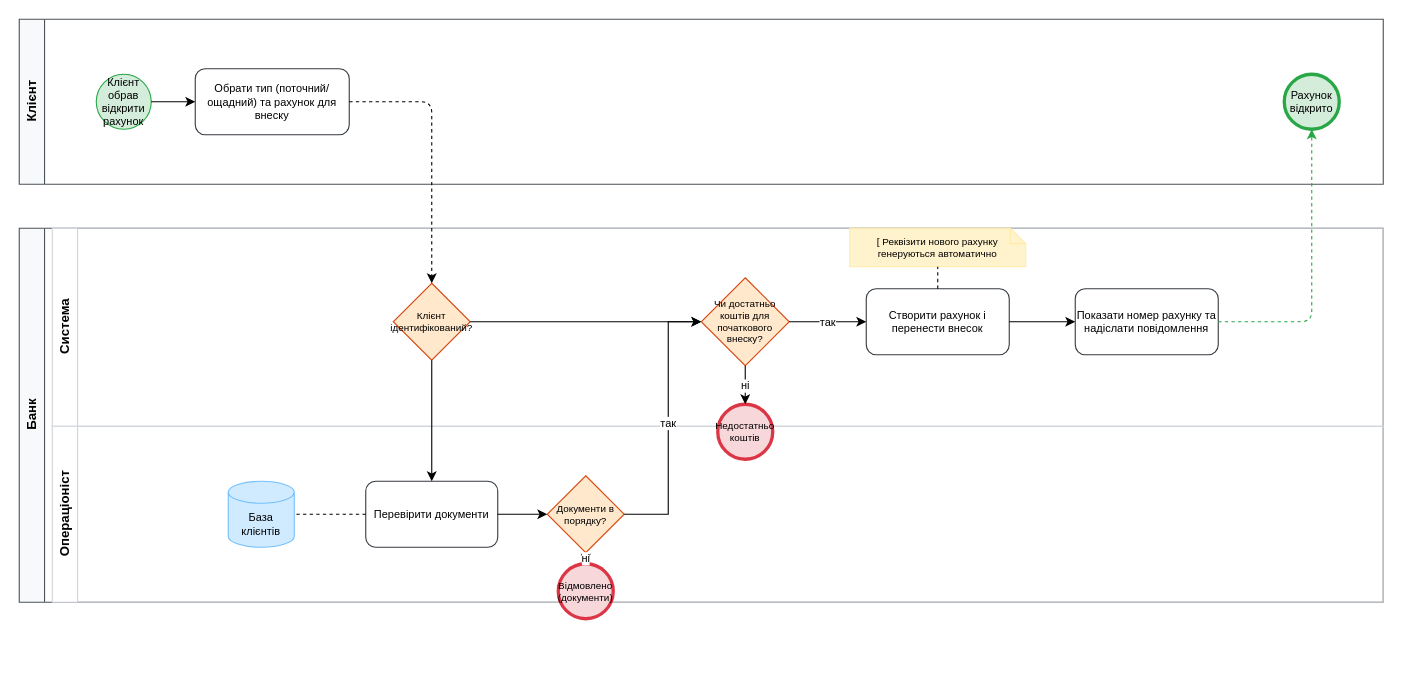
The draw.io diagram docs/sprint1/bpmn/02_account_opening.drawio in LuciferKPI/BMIBM-banking, before the edit. Source tidied: cells renumbered, new cells numbered last; positions are measured from the earlier drawing's top-left corner, leaving out a move shared by most shapes. Both pictures are drawn from the tidied source at 110%, with x=0, y=0 at pixel (19, 19).
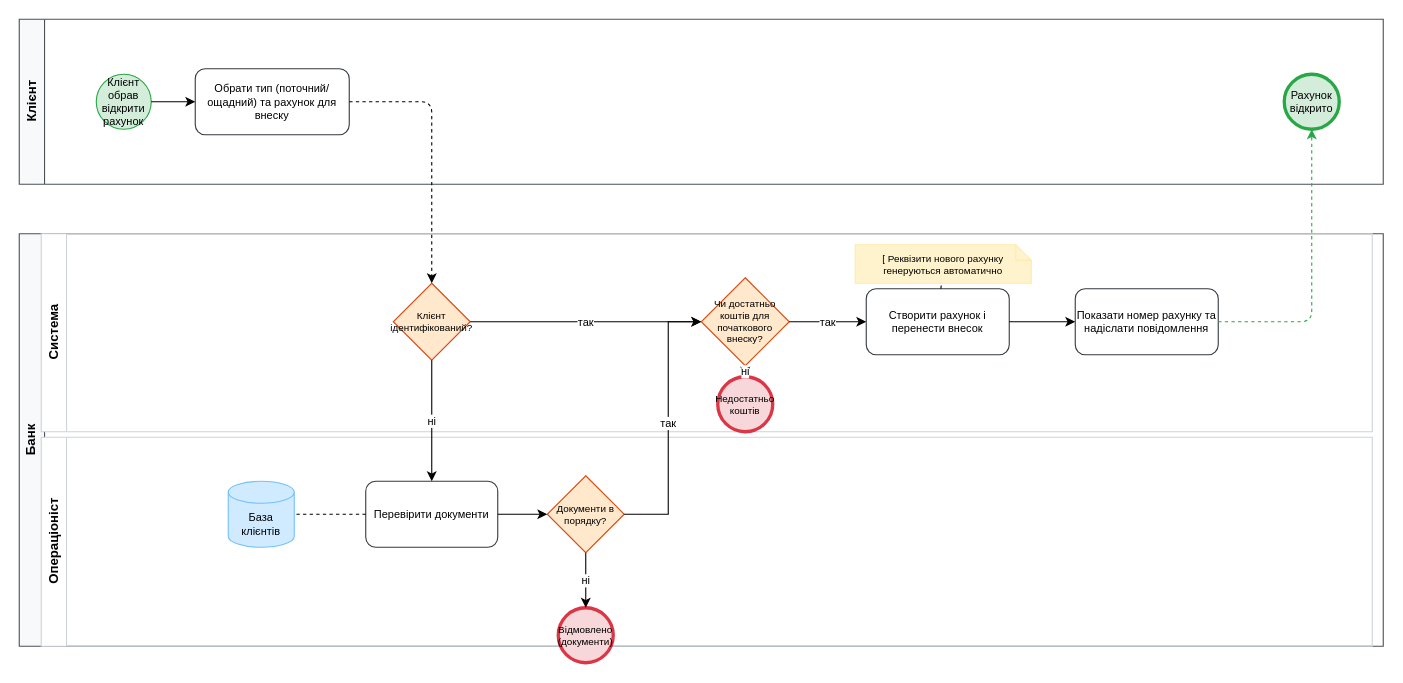
The same page after the edit.

Commit message (it also covers changes not shown here):
[BPMN-FIX] Resolve review comments and export PDF diagrams

The change refers to these unchanged cells:
```xml
<mxCell id="11" value="Клієнт ідентифікований?" style="rhombus;whiteSpace=wrap;html=1;fillColor=#ffe8cc;strokeColor=#d9480f;fontSize=9;" parent="1" vertex="1">
  <mxGeometry x="340" y="240" width="70" height="70" as="geometry" />
</mxCell>
<mxCell id="12" value="Чи достатньо коштів для початкового внеску?" style="rhombus;whiteSpace=wrap;html=1;fillColor=#ffe8cc;strokeColor=#d9480f;fontSize=9;" parent="1" vertex="1">
  <mxGeometry x="620" y="235" width="80" height="80" as="geometry" />
</mxCell>
<mxCell id="15" value="Перевірити документи" style="rounded=1;whiteSpace=wrap;html=1;arcSize=15;fillColor=#ffffff;strokeColor=#343a40;fontSize=10;" parent="1" vertex="1">
  <mxGeometry x="315" y="420" width="120" height="60" as="geometry" />
</mxCell>
```

What changed in the source:
```diff
@@
     <mxCell id="3" value="Банк" style="swimlane;horizontal=0;whiteSpace=wrap;html=1;fillColor=#f8f9fa;strokeColor=#495057;fontStyle=1;" parent="1" vertex="1">
-      <mxGeometry y="190" width="1240" height="340" as="geometry" />
+      <mxGeometry y="195" width="1240" height="375" as="geometry" />
     </mxCell>
+    <mxCell id="6" value="Операціоніст" style="swimlane;horizontal=0;whiteSpace=wrap;html=1;fillColor=#ffffff;strokeColor=#ced4da;" parent="3" vertex="1">
+      <mxGeometry x="20" y="185" width="1210" height="190" as="geometry" />
+    </mxCell>
+    <mxCell id="18" value="Відмовлено (документи)" style="ellipse;whiteSpace=wrap;html=1;strokeWidth=3;fillColor=#f8d7da;strokeColor=#dc3545;fontSize=9;" parent="6" vertex="1">
+      <mxGeometry x="470" y="155" width="50" height="50" as="geometry" />
+    </mxCell>
-    <mxCell id="4" value="Система" style="swimlane;horizontal=0;whiteSpace=wrap;html=1;fillColor=#ffffff;strokeColor=#ced4da;" parent="1" vertex="1">
-      <mxGeometry x="30" y="190" width="1210" height="180" as="geometry" />
+    <mxCell id="4" value="Система" style="swimlane;horizontal=0;whiteSpace=wrap;html=1;fillColor=#ffffff;strokeColor=#ced4da;" parent="3" vertex="1">
+      <mxGeometry x="20" width="1210" height="180" as="geometry" />
     </mxCell>
     <mxCell id="5" value="[ Реквізити нового рахунку генеруються автоматично" style="shape=note;whiteSpace=wrap;html=1;size=14;fillColor=#fff3cd;strokeColor=#ffeba7;fontSize=9;" parent="4" vertex="1">
-      <mxGeometry x="725" width="160" height="35" as="geometry" />
+      <mxGeometry x="740" y="10" width="160" height="35" as="geometry" />
     </mxCell>
-    <mxCell id="6" value="Операціоніст" style="swimlane;horizontal=0;whiteSpace=wrap;html=1;fillColor=#ffffff;strokeColor=#ced4da;" parent="1" vertex="1">
-      <mxGeometry x="30" y="370" width="1210" height="160" as="geometry" />
-    </mxCell>
-    <mxCell id="7" value="Недостатньо коштів" style="ellipse;whiteSpace=wrap;html=1;strokeWidth=3;fillColor=#f8d7da;strokeColor=#dc3545;fontSize=9;" parent="6" vertex="1">
-      <mxGeometry x="605" y="-20" width="50" height="50" as="geometry" />
-    </mxCell>
@@
+    <mxCell id="7" value="Недостатньо коштів" style="ellipse;whiteSpace=wrap;html=1;strokeWidth=3;fillColor=#f8d7da;strokeColor=#dc3545;fontSize=9;" parent="1" vertex="1">
+      <mxGeometry x="635" y="325" width="50" height="50" as="geometry" />
+    </mxCell>
@@
-    <mxCell id="18" value="Відмовлено (документи)" style="ellipse;whiteSpace=wrap;html=1;strokeWidth=3;fillColor=#f8d7da;strokeColor=#dc3545;fontSize=9;" parent="1" vertex="1">
-      <mxGeometry x="490" y="495" width="50" height="50" as="geometry" />
-    </mxCell>
@@
-    <mxCell id="21" style="edgeStyle=orthogonalEdgeStyle;rounded=0;html=1;" parent="1" edge="1" source="11" target="12">
+    <mxCell id="21" value="так" style="edgeStyle=orthogonalEdgeStyle;rounded=0;html=1;fontSize=10;" parent="1" edge="1" source="11" target="12">
       <mxGeometry relative="1" as="geometry" />
     </mxCell>
-    <mxCell id="22" style="edgeStyle=orthogonalEdgeStyle;rounded=0;html=1;" parent="1" edge="1" source="11" target="15">
+    <mxCell id="22" value="ні" style="edgeStyle=orthogonalEdgeStyle;rounded=0;html=1;fontSize=10;" parent="1" edge="1" source="11" target="15">
       <mxGeometry relative="1" as="geometry" />
     </mxCell>
```
